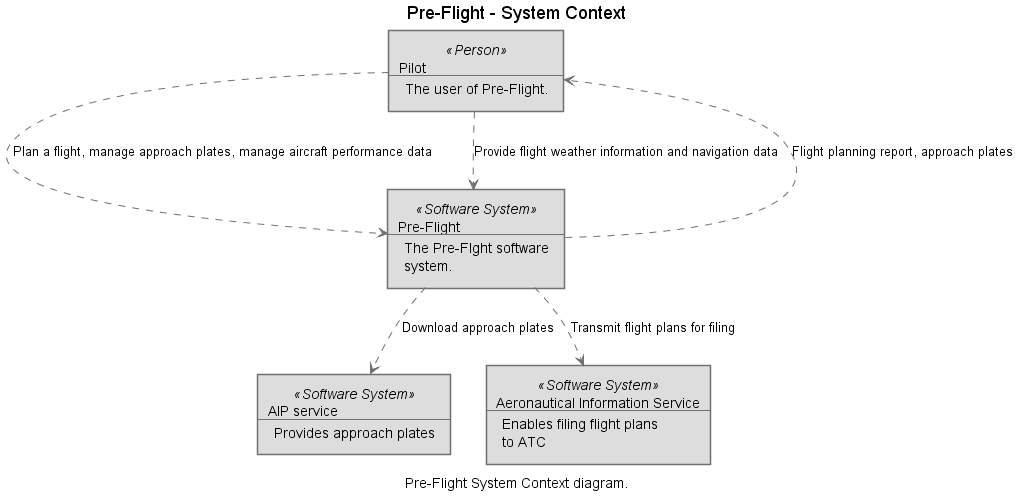
rdnp/pre-flight keeps this PlantUML diagram as de.rdnp.preflight.architecture/doc/Pre-Flight - System Context.png. Above is the earlier version.
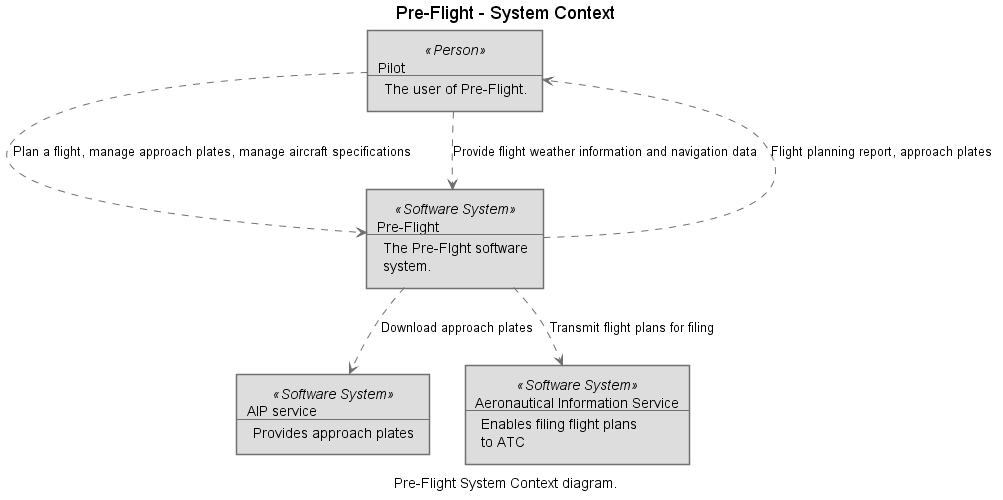
After the commit.

Diff of the diagram source:
```diff
@@ -34,7 +34,7 @@
   The Pre-Flght software
   system.
 ]
-1 .[#707070].> 2 : Plan a flight, manage approach plates, manage aircraft performance data
+1 .[#707070].> 2 : Plan a flight, manage approach plates, manage aircraft specifications
 1 .[#707070].> 2 : Provide flight weather information and navigation data
 2 .[#707070].> 4 : Download approach plates
 2 .[#707070].> 3 : Transmit flight plans for filing
```
